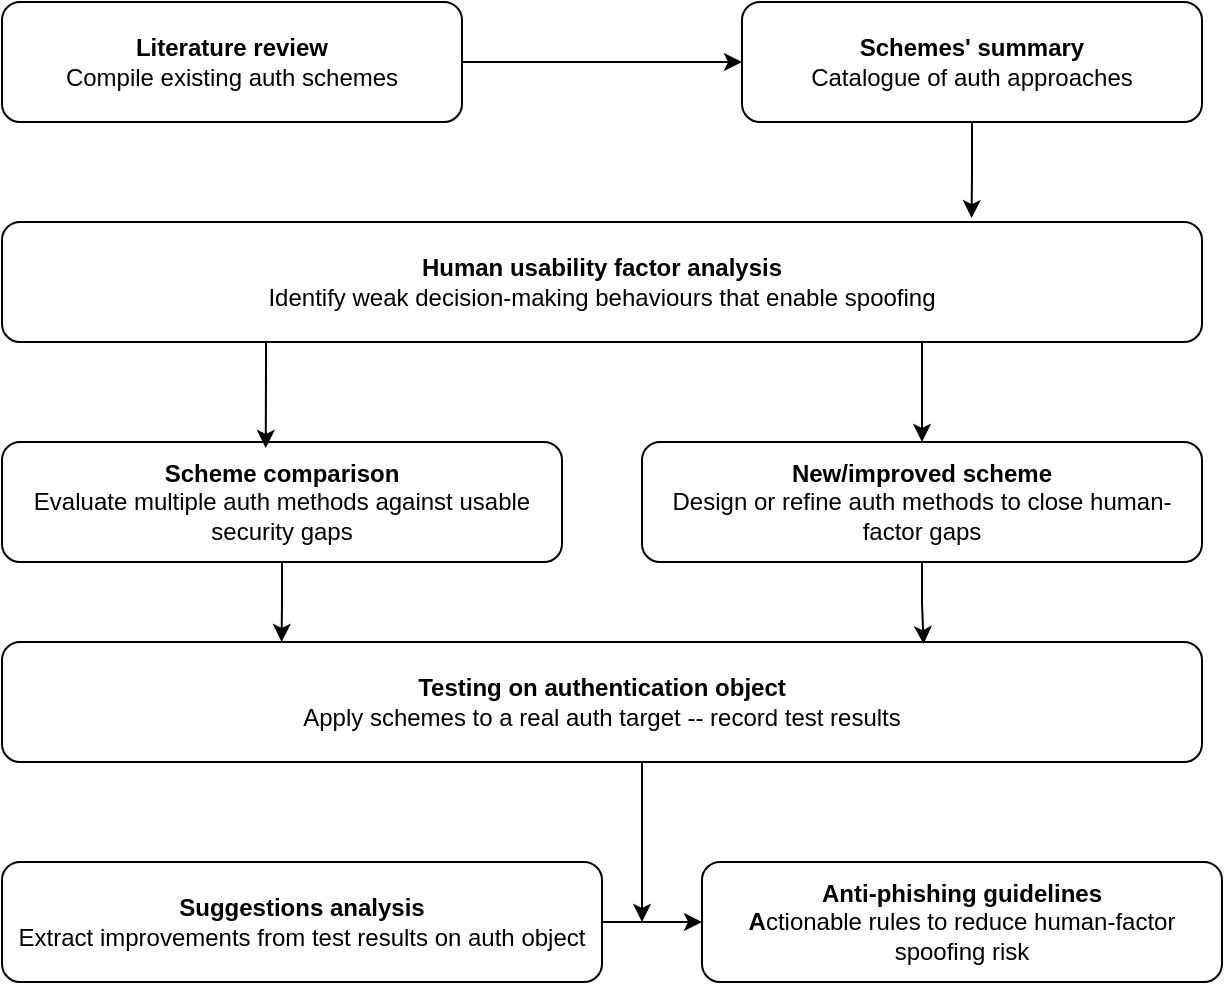
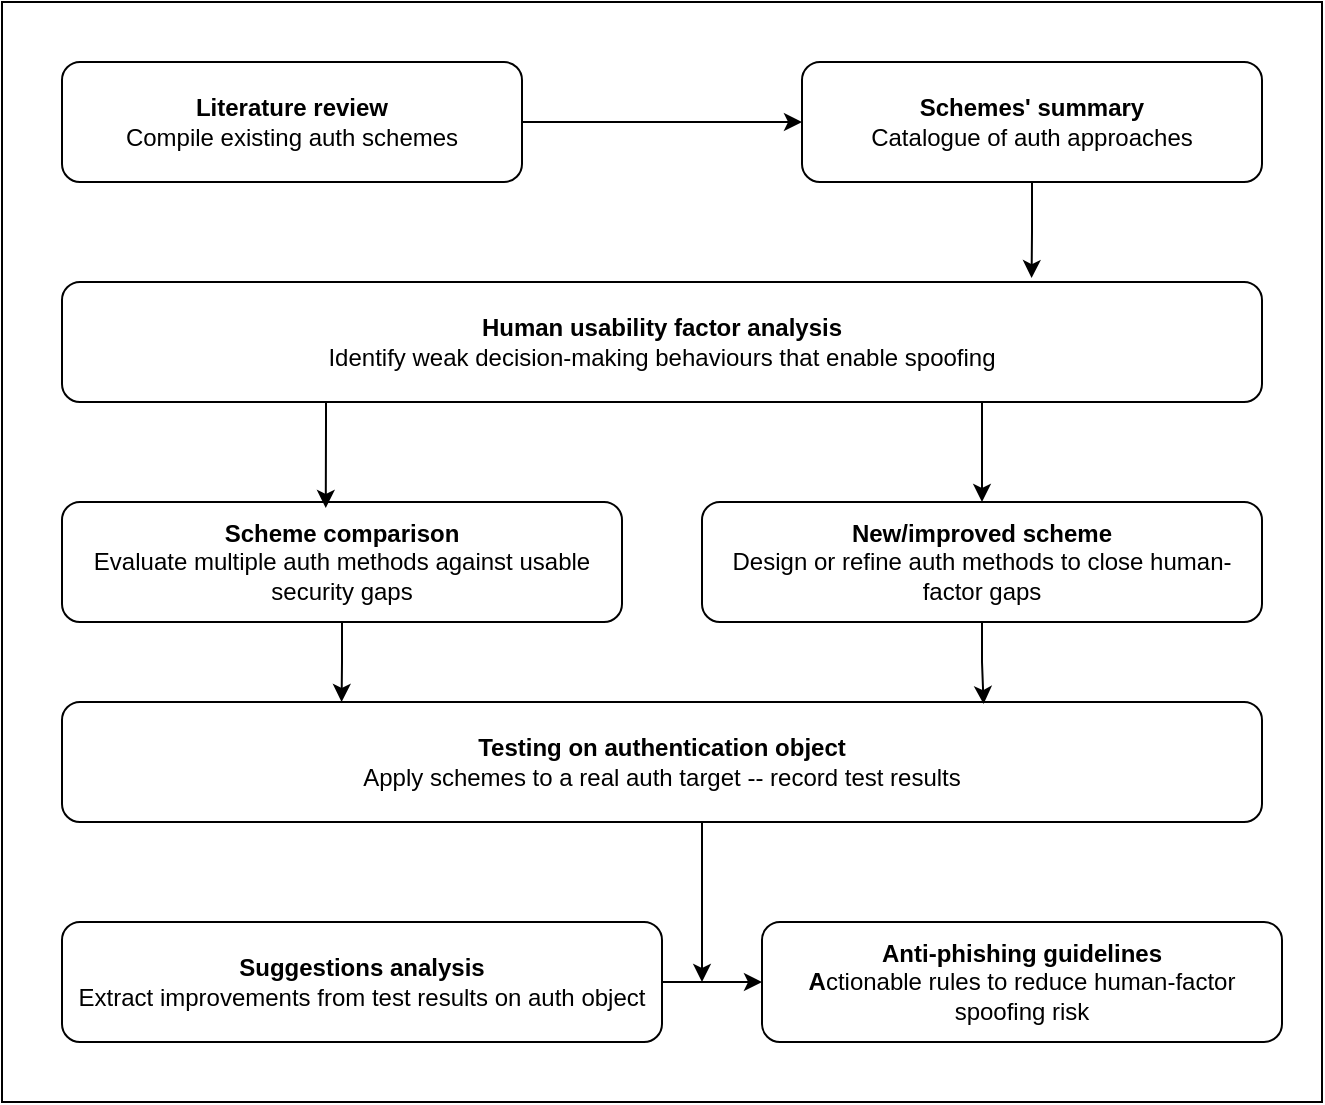
<mxfile host="app.diagrams.net">
  <diagram name="Page-1" id="fEPXtIItUxDDHKbCxnxS">
    <mxGraphModel dx="1414" dy="897" grid="1" gridSize="10" guides="1" tooltips="1" connect="1" arrows="1" fold="1" page="1" pageScale="1" pageWidth="850" pageHeight="1100" math="0" shadow="0">
      <root>
        <mxCell id="0" />
        <mxCell id="1" parent="0" />
+         <mxCell id="ifuXSFKZKQ3-LNJSYQZK-1" parent="1" style="rounded=0;whiteSpace=wrap;html=1;" value="" vertex="1">
+           <mxGeometry height="550" width="660" x="80" y="100" as="geometry" />
+         </mxCell>
        <mxCell id="g7sR5BpMYF92y9t7T4uF-4" edge="1" parent="1" source="g7sR5BpMYF92y9t7T4uF-2" style="edgeStyle=orthogonalEdgeStyle;rounded=0;orthogonalLoop=1;jettySize=auto;html=1;exitX=1;exitY=0.5;exitDx=0;exitDy=0;" target="g7sR5BpMYF92y9t7T4uF-3">
          <mxGeometry relative="1" as="geometry" />
        </mxCell>
        <mxCell id="g7sR5BpMYF92y9t7T4uF-2" parent="1" style="rounded=1;whiteSpace=wrap;html=1;" value="&lt;b&gt;Literature review&lt;/b&gt;&lt;div&gt;Compile existing auth schemes&lt;/div&gt;" vertex="1">
          <mxGeometry height="60" width="230" x="110" y="130" as="geometry" />
        </mxCell>
        <mxCell id="g7sR5BpMYF92y9t7T4uF-3" parent="1" style="rounded=1;whiteSpace=wrap;html=1;" value="&lt;div&gt;&lt;b&gt;Schemes&#39; summary&lt;/b&gt;&lt;/div&gt;&lt;div&gt;Catalogue of auth approaches&lt;/div&gt;" vertex="1">
          <mxGeometry height="60" width="230" x="480" y="130" as="geometry" />
        </mxCell>
        <mxCell id="g7sR5BpMYF92y9t7T4uF-10" edge="1" parent="1" source="g7sR5BpMYF92y9t7T4uF-5" style="edgeStyle=orthogonalEdgeStyle;rounded=0;orthogonalLoop=1;jettySize=auto;html=1;entryX=0.5;entryY=0;entryDx=0;entryDy=0;" target="g7sR5BpMYF92y9t7T4uF-8">
          <mxGeometry relative="1" as="geometry">
            <Array as="points">
              <mxPoint x="570" y="320" />
              <mxPoint x="570" y="320" />
            </Array>
          </mxGeometry>
        </mxCell>
        <mxCell id="g7sR5BpMYF92y9t7T4uF-5" parent="1" style="rounded=1;whiteSpace=wrap;html=1;" value="&lt;b&gt;Human usability factor analysis&lt;/b&gt;&lt;div&gt;Identify weak decision-making behaviours that enable spoofing&lt;/div&gt;" vertex="1">
          <mxGeometry height="60" width="600" x="110" y="240" as="geometry" />
        </mxCell>
        <mxCell id="g7sR5BpMYF92y9t7T4uF-6" edge="1" parent="1" source="g7sR5BpMYF92y9t7T4uF-3" style="edgeStyle=orthogonalEdgeStyle;rounded=0;orthogonalLoop=1;jettySize=auto;html=1;entryX=0.808;entryY=-0.033;entryDx=0;entryDy=0;entryPerimeter=0;" target="g7sR5BpMYF92y9t7T4uF-5">
          <mxGeometry relative="1" as="geometry" />
        </mxCell>
        <mxCell id="g7sR5BpMYF92y9t7T4uF-7" parent="1" style="rounded=1;whiteSpace=wrap;html=1;" value="&lt;b&gt;Scheme comparison&lt;/b&gt;&lt;div&gt;Evaluate multiple auth methods against usable security gaps&lt;/div&gt;" vertex="1">
          <mxGeometry height="60" width="280" x="110" y="350" as="geometry" />
        </mxCell>
        <mxCell id="g7sR5BpMYF92y9t7T4uF-8" parent="1" style="rounded=1;whiteSpace=wrap;html=1;" value="&lt;b&gt;New/improved scheme&lt;/b&gt;&lt;div&gt;Design or refine auth methods to close human-factor gaps&lt;/div&gt;" vertex="1">
          <mxGeometry height="60" width="280" x="430" y="350" as="geometry" />
        </mxCell>
        <mxCell id="g7sR5BpMYF92y9t7T4uF-9" edge="1" parent="1" source="g7sR5BpMYF92y9t7T4uF-5" style="edgeStyle=orthogonalEdgeStyle;rounded=0;orthogonalLoop=1;jettySize=auto;html=1;entryX=0.471;entryY=0.05;entryDx=0;entryDy=0;entryPerimeter=0;" target="g7sR5BpMYF92y9t7T4uF-7">
          <mxGeometry relative="1" as="geometry">
            <Array as="points">
              <mxPoint x="242" y="310" />
              <mxPoint x="242" y="310" />
            </Array>
          </mxGeometry>
        </mxCell>
        <mxCell id="g7sR5BpMYF92y9t7T4uF-18" edge="1" parent="1" source="g7sR5BpMYF92y9t7T4uF-11" style="edgeStyle=orthogonalEdgeStyle;rounded=0;orthogonalLoop=1;jettySize=auto;html=1;">
          <mxGeometry relative="1" as="geometry">
            <Array as="points">
              <mxPoint x="430" y="530" />
              <mxPoint x="430" y="530" />
            </Array>
            <mxPoint x="430" y="590" as="targetPoint" />
          </mxGeometry>
        </mxCell>
        <mxCell id="g7sR5BpMYF92y9t7T4uF-11" parent="1" style="rounded=1;whiteSpace=wrap;html=1;" value="&lt;b&gt;Testing on authentication object&lt;/b&gt;&lt;div&gt;Apply schemes to a real auth target -- record test results&lt;/div&gt;" vertex="1">
          <mxGeometry height="60" width="600" x="110" y="450" as="geometry" />
        </mxCell>
        <mxCell id="g7sR5BpMYF92y9t7T4uF-17" edge="1" parent="1" source="g7sR5BpMYF92y9t7T4uF-13" style="edgeStyle=orthogonalEdgeStyle;rounded=0;orthogonalLoop=1;jettySize=auto;html=1;" target="g7sR5BpMYF92y9t7T4uF-14" value="">
          <mxGeometry relative="1" as="geometry" />
        </mxCell>
        <mxCell id="g7sR5BpMYF92y9t7T4uF-13" parent="1" style="rounded=1;whiteSpace=wrap;html=1;" value="&lt;b&gt;Suggestions analysis&lt;/b&gt;&lt;div&gt;Extract improvements from test results on auth object&lt;/div&gt;" vertex="1">
          <mxGeometry height="60" width="300" x="110" y="560" as="geometry" />
        </mxCell>
        <mxCell id="g7sR5BpMYF92y9t7T4uF-14" parent="1" style="rounded=1;whiteSpace=wrap;html=1;" value="&lt;b&gt;Anti-phishing guidelines&lt;/b&gt;&lt;div&gt;&lt;b&gt;A&lt;/b&gt;ctionable rules to reduce human-factor spoofing risk&lt;/div&gt;" vertex="1">
          <mxGeometry height="60" width="260" x="460" y="560" as="geometry" />
        </mxCell>
        <mxCell id="g7sR5BpMYF92y9t7T4uF-21" edge="1" parent="1" source="g7sR5BpMYF92y9t7T4uF-8" style="edgeStyle=orthogonalEdgeStyle;rounded=0;orthogonalLoop=1;jettySize=auto;html=1;entryX=0.768;entryY=0.017;entryDx=0;entryDy=0;entryPerimeter=0;" target="g7sR5BpMYF92y9t7T4uF-11">
          <mxGeometry relative="1" as="geometry" />
        </mxCell>
        <mxCell id="g7sR5BpMYF92y9t7T4uF-22" edge="1" parent="1" source="g7sR5BpMYF92y9t7T4uF-7" style="edgeStyle=orthogonalEdgeStyle;rounded=0;orthogonalLoop=1;jettySize=auto;html=1;entryX=0.233;entryY=0;entryDx=0;entryDy=0;entryPerimeter=0;" target="g7sR5BpMYF92y9t7T4uF-11">
          <mxGeometry relative="1" as="geometry" />
        </mxCell>
      </root>
    </mxGraphModel>
  </diagram>
</mxfile>
